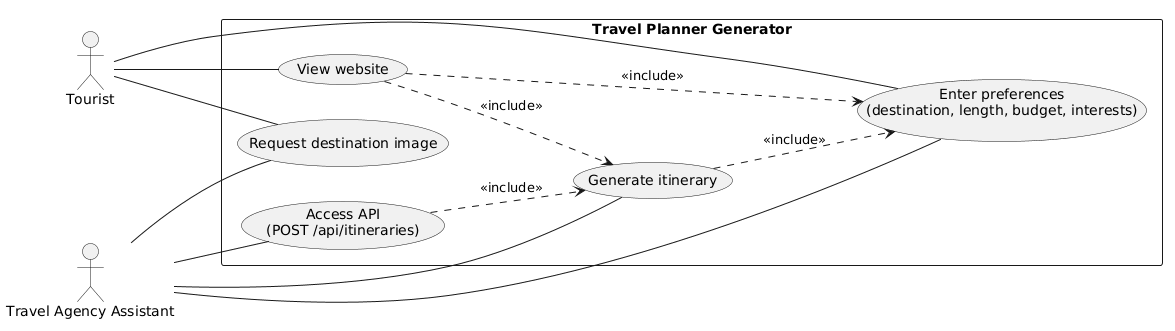
The PlantUML diagram Task2/uml/use_case_diagram.png in EasonYang0618/travel-planner-generator, before a commit.
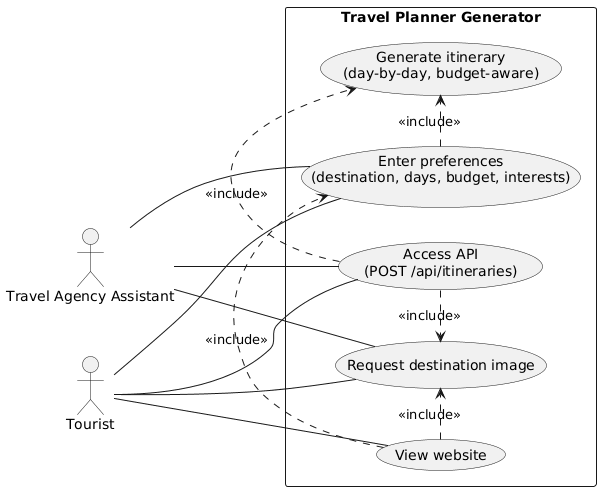
The same file after the commit.

The edit, as a diff of the source:
```diff
@@ -1,28 +1,32 @@
 @startuml
 left to right direction
+skinparam packageStyle rectangle
 
 actor Tourist
 actor "Travel Agency Assistant" as Assistant
 
-rectangle "Travel Planner Generator" {
-  usecase "Enter preferences\n(destination, length, budget, interests)" as UC_Enter
-  usecase "Generate itinerary" as UC_Generate
-  usecase "View website" as UC_Website
+package "Travel Planner Generator" {
+  usecase "View website" as UC_View
+  usecase "Enter preferences\n(destination, days, budget, interests)" as UC_Enter
+  usecase "Generate itinerary\n(day-by-day, budget-aware)" as UC_Generate
   usecase "Request destination image" as UC_Image
   usecase "Access API\n(POST /api/itineraries)" as UC_API
 }
 
-Tourist -- UC_Website
+Tourist -- UC_View
 Tourist -- UC_Enter
 Tourist -- UC_Image
+Tourist -- UC_API
 
+Assistant -- UC_API
 Assistant -- UC_Enter
-Assistant -- UC_Generate
-Assistant -- UC_API
 Assistant -- UC_Image
 
-UC_Generate ..> UC_Enter : <<include>>
-UC_API ..> UC_Generate : <<include>>
-UC_Website ..> UC_Enter : <<include>>
-UC_Website ..> UC_Generate : <<include>>
+UC_View .> UC_Enter : <<include>>
+UC_View .> UC_Image : <<include>>
+
+UC_Enter .> UC_Generate : <<include>>
+UC_API .> UC_Generate : <<include>>
+
+UC_API .> UC_Image : <<include>>
 @enduml
```
